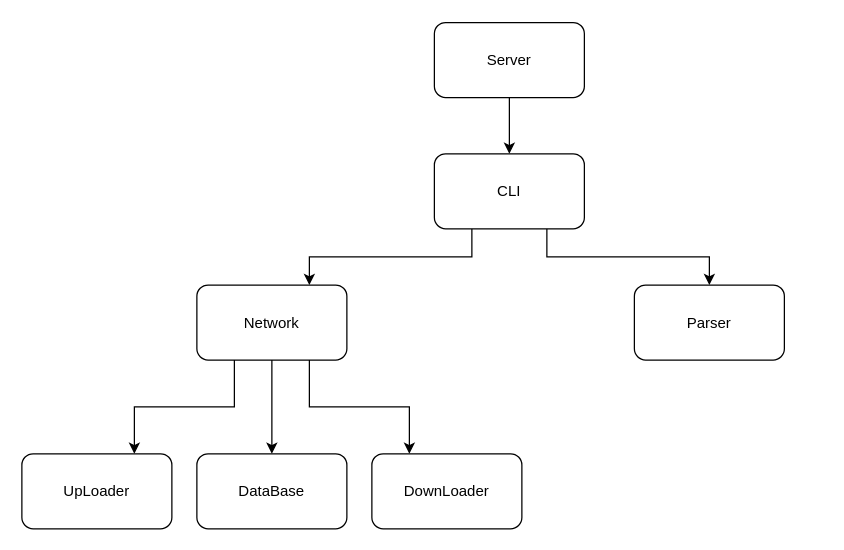
lucky-rydar/our_game keeps this draw.io diagram as UML_doc/GameServerUML.drawio. Above is the earlier version. Source tidied: cells renumbered, new cells numbered last; positions are measured from the earlier drawing's top-left corner, leaving out a move shared by most shapes. Both pictures are drawn from the tidied source at 125%, with x=0, y=0 at pixel (21, 22).
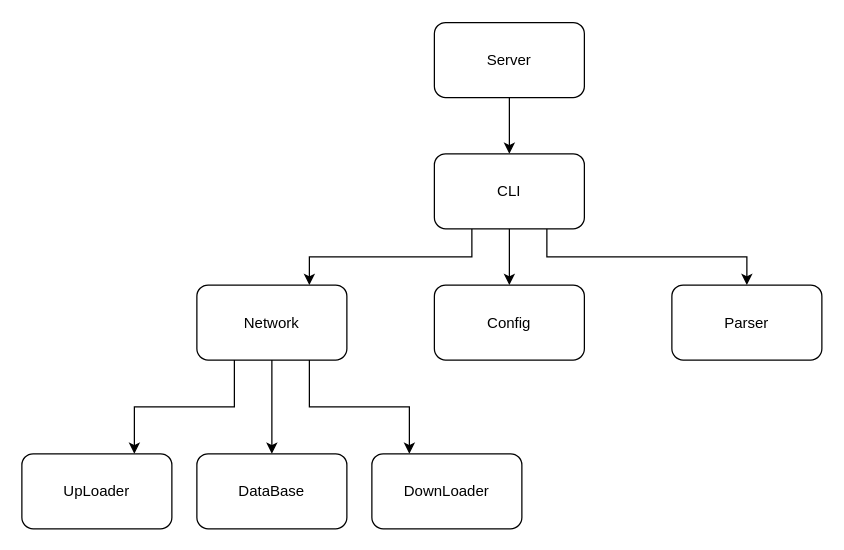
After the change.

Commit message (it also covers changes not shown here):
Added Config class to server

The edit, as a diff of the source:
```diff
@@
 <mxGraphModel>
   <root>
     <mxCell id="0" />
     <mxCell id="1" parent="0" />
     <mxCell id="2" style="edgeStyle=orthogonalEdgeStyle;rounded=0;jettySize=auto;html=1;exitX=0.5;exitY=1;exitDx=0;exitDy=0;" parent="1" edge="1" source="3" target="13">
       <mxGeometry relative="1" as="geometry" />
     </mxCell>
     <mxCell id="3" value="Server" style="rounded=1;whiteSpace=wrap;html=1;" parent="1" vertex="1">
       <mxGeometry x="330" y="-0.5" width="120" height="60" as="geometry" />
     </mxCell>
     <mxCell id="4" style="edgeStyle=orthogonalEdgeStyle;rounded=0;jettySize=auto;html=1;exitX=0.5;exitY=1;exitDx=0;exitDy=0;entryX=0.5;entryY=0;entryDx=0;entryDy=0;" parent="1" edge="1" source="7" target="9">
       <mxGeometry relative="1" as="geometry" />
     </mxCell>
     <mxCell id="5" style="edgeStyle=orthogonalEdgeStyle;rounded=0;jettySize=auto;html=1;exitX=0.25;exitY=1;exitDx=0;exitDy=0;entryX=0.75;entryY=0;entryDx=0;entryDy=0;" parent="1" edge="1" source="7" target="8">
       <mxGeometry relative="1" as="geometry" />
     </mxCell>
     <mxCell id="6" style="edgeStyle=orthogonalEdgeStyle;rounded=0;jettySize=auto;html=1;exitX=0.75;exitY=1;exitDx=0;exitDy=0;entryX=0.25;entryY=0;entryDx=0;entryDy=0;" parent="1" edge="1" source="7" target="10">
       <mxGeometry relative="1" as="geometry" />
     </mxCell>
     <mxCell id="7" value="Network" style="rounded=1;whiteSpace=wrap;html=1;" parent="1" vertex="1">
       <mxGeometry x="140" y="209.5" width="120" height="60" as="geometry" />
     </mxCell>
     <mxCell id="8" value="UpLoader&lt;br&gt;" style="rounded=1;whiteSpace=wrap;html=1;" parent="1" vertex="1">
       <mxGeometry y="344.5" width="120" height="60" as="geometry" />
     </mxCell>
     <mxCell id="9" value="DataBase" style="rounded=1;whiteSpace=wrap;html=1;" parent="1" vertex="1">
       <mxGeometry x="140" y="344.5" width="120" height="60" as="geometry" />
     </mxCell>
     <mxCell id="10" value="DownLoader" style="rounded=1;whiteSpace=wrap;html=1;" parent="1" vertex="1">
       <mxGeometry x="280" y="344.5" width="120" height="60" as="geometry" />
     </mxCell>
     <mxCell id="11" style="edgeStyle=orthogonalEdgeStyle;rounded=0;jettySize=auto;html=1;exitX=0.25;exitY=1;exitDx=0;exitDy=0;entryX=0.75;entryY=0;entryDx=0;entryDy=0;" parent="1" edge="1" source="13" target="7">
       <mxGeometry relative="1" as="geometry" />
     </mxCell>
     <mxCell id="12" style="edgeStyle=orthogonalEdgeStyle;rounded=0;jettySize=auto;html=1;exitX=0.75;exitY=1;exitDx=0;exitDy=0;" parent="1" edge="1" source="13" target="14">
       <mxGeometry relative="1" as="geometry" />
     </mxCell>
+    <mxCell id="15" style="edgeStyle=orthogonalEdgeStyle;rounded=0;jettySize=auto;html=1;exitX=0.5;exitY=1;exitDx=0;exitDy=0;entryX=0.5;entryY=0;entryDx=0;entryDy=0;" parent="1" edge="1" source="13" target="16">
+      <mxGeometry relative="1" as="geometry" />
+    </mxCell>
     <mxCell id="13" value="CLI&lt;br&gt;" style="rounded=1;whiteSpace=wrap;html=1;" parent="1" vertex="1">
       <mxGeometry x="330" y="104.5" width="120" height="60" as="geometry" />
     </mxCell>
     <mxCell id="14" value="Parser&lt;br&gt;" style="rounded=1;whiteSpace=wrap;html=1;" parent="1" vertex="1">
-      <mxGeometry x="490" y="209.5" width="120" height="60" as="geometry" />
+      <mxGeometry x="520" y="209.5" width="120" height="60" as="geometry" />
     </mxCell>
+    <mxCell id="16" value="Config&lt;br&gt;" style="rounded=1;whiteSpace=wrap;html=1;" parent="1" vertex="1">
+      <mxGeometry x="330" y="209.5" width="120" height="60" as="geometry" />
+    </mxCell>
   </root>
 </mxGraphModel>
```
